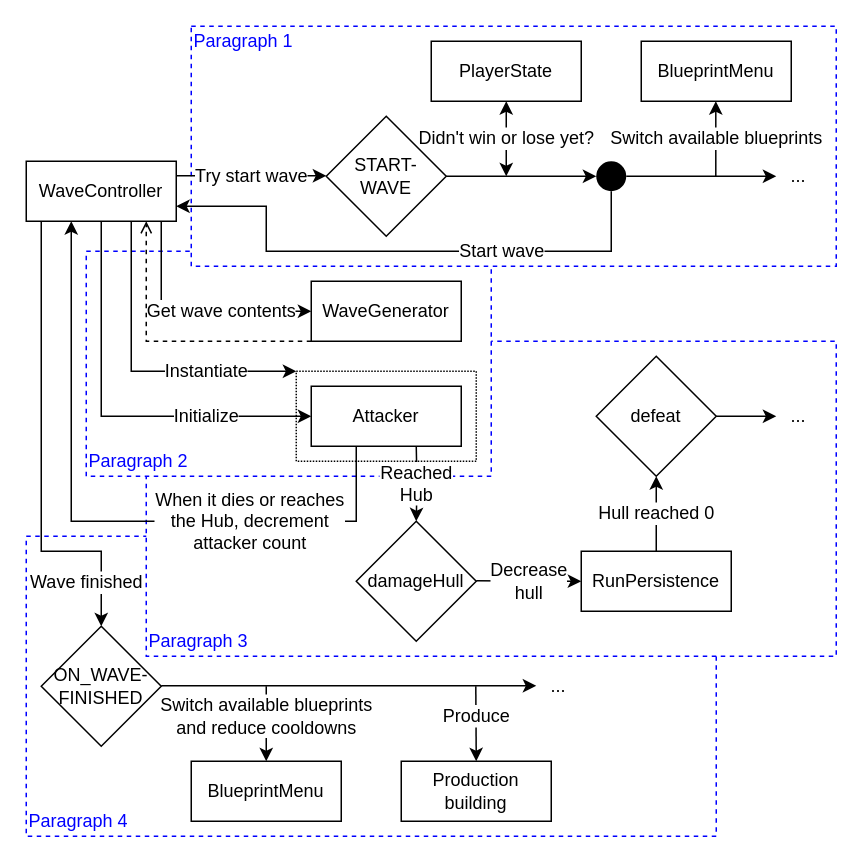
The draw.io diagram Thesis/diagrams/wave controller connections.drawio in Villfuk02/Project-Nitrogen, before the edit. Source tidied: cells renumbered, new cells numbered last; positions are measured from the earlier drawing's top-left corner, leaving out a move shared by most shapes. Both pictures are drawn from the tidied source at 150%, with x=0, y=0 at pixel (26, 26).
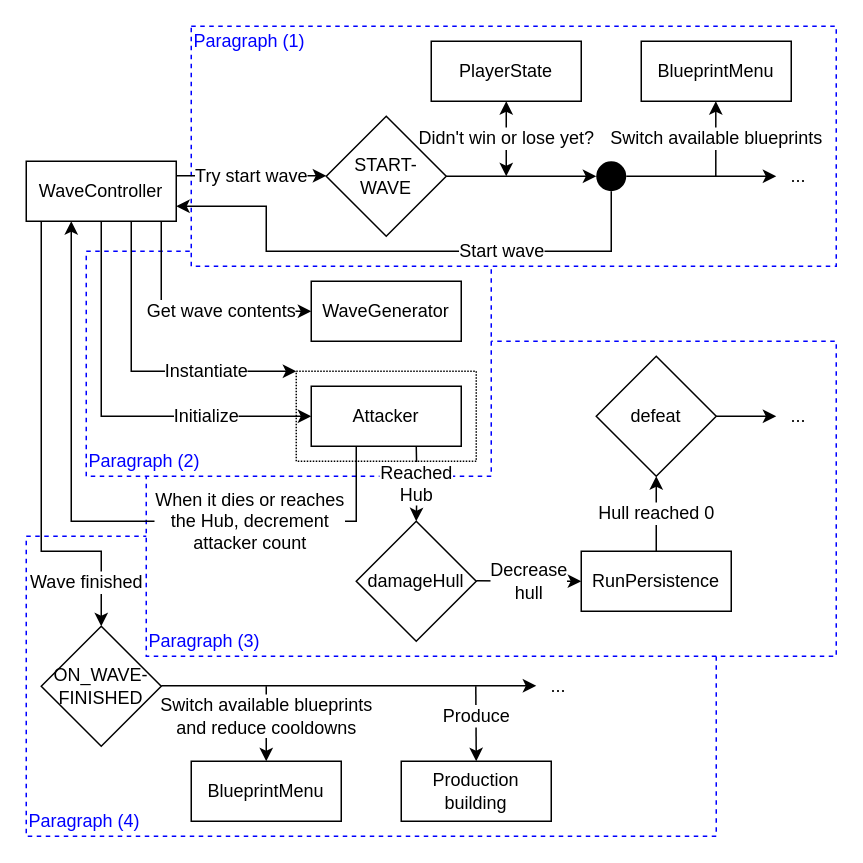
The same diagram, later.

Unchanged cells that the change refers to:
```xml
<mxCell id="26" value="WaveGenerator" style="rounded=0;whiteSpace=wrap;html=1;fontFamily=&quot;Latin Modern Mono 12&quot;;" parent="1" vertex="1">
  <mxGeometry x="190" y="170" width="100" height="40" as="geometry" />
</mxCell>
```

What changed in the source:
```diff
@@
-    <mxCell id="25" style="edgeStyle=orthogonalEdgeStyle;rounded=0;jettySize=auto;html=1;endArrow=open;endFill=0;dashed=1;" parent="1" edge="1" source="26">
-      <mxGeometry relative="1" as="geometry">
-        <mxPoint x="80" y="130" as="targetPoint" />
-        <Array as="points">
-          <mxPoint x="80" y="210" />
-        </Array>
-      </mxGeometry>
-    </mxCell>
@@
-    <mxCell id="42" value="Paragraph 1" style="text;html=1;align=left;verticalAlign=middle;whiteSpace=wrap;rounded=0;fontFamily=&quot;Latin Modern Regular 12&quot;;fontColor=#0000FF;" parent="1" vertex="1">
+    <mxCell id="42" value="Paragraph (1)" style="text;html=1;align=left;verticalAlign=middle;whiteSpace=wrap;rounded=0;fontFamily=&quot;Latin Modern Regular 12&quot;;fontColor=#0000FF;" parent="1" vertex="1">
       <mxGeometry x="110" width="80" height="20" as="geometry" />
     </mxCell>
-    <mxCell id="43" value="Paragraph 2" style="text;html=1;align=left;verticalAlign=middle;whiteSpace=wrap;rounded=0;fontFamily=&quot;Latin Modern Regular 12&quot;;fontColor=#0000FF;" parent="1" vertex="1">
+    <mxCell id="43" value="Paragraph (2)" style="text;html=1;align=left;verticalAlign=middle;whiteSpace=wrap;rounded=0;fontFamily=&quot;Latin Modern Regular 12&quot;;fontColor=#0000FF;" parent="1" vertex="1">
       <mxGeometry x="40" y="280" width="80" height="20" as="geometry" />
     </mxCell>
-    <mxCell id="44" value="Paragraph 3" style="text;html=1;align=left;verticalAlign=middle;whiteSpace=wrap;rounded=0;fontFamily=&quot;Latin Modern Regular 12&quot;;fontColor=#0000FF;" parent="1" vertex="1">
+    <mxCell id="44" value="Paragraph (3)" style="text;html=1;align=left;verticalAlign=middle;whiteSpace=wrap;rounded=0;fontFamily=&quot;Latin Modern Regular 12&quot;;fontColor=#0000FF;" parent="1" vertex="1">
       <mxGeometry x="80" y="400" width="80" height="20" as="geometry" />
     </mxCell>
-    <mxCell id="45" value="Paragraph 4" style="text;html=1;align=left;verticalAlign=middle;whiteSpace=wrap;rounded=0;fontFamily=&quot;Latin Modern Regular 12&quot;;fontColor=#0000FF;" parent="1" vertex="1">
+    <mxCell id="45" value="Paragraph (4)" style="text;html=1;align=left;verticalAlign=middle;whiteSpace=wrap;rounded=0;fontFamily=&quot;Latin Modern Regular 12&quot;;fontColor=#0000FF;" parent="1" vertex="1">
       <mxGeometry y="520" width="80" height="20" as="geometry" />
     </mxCell>
```
